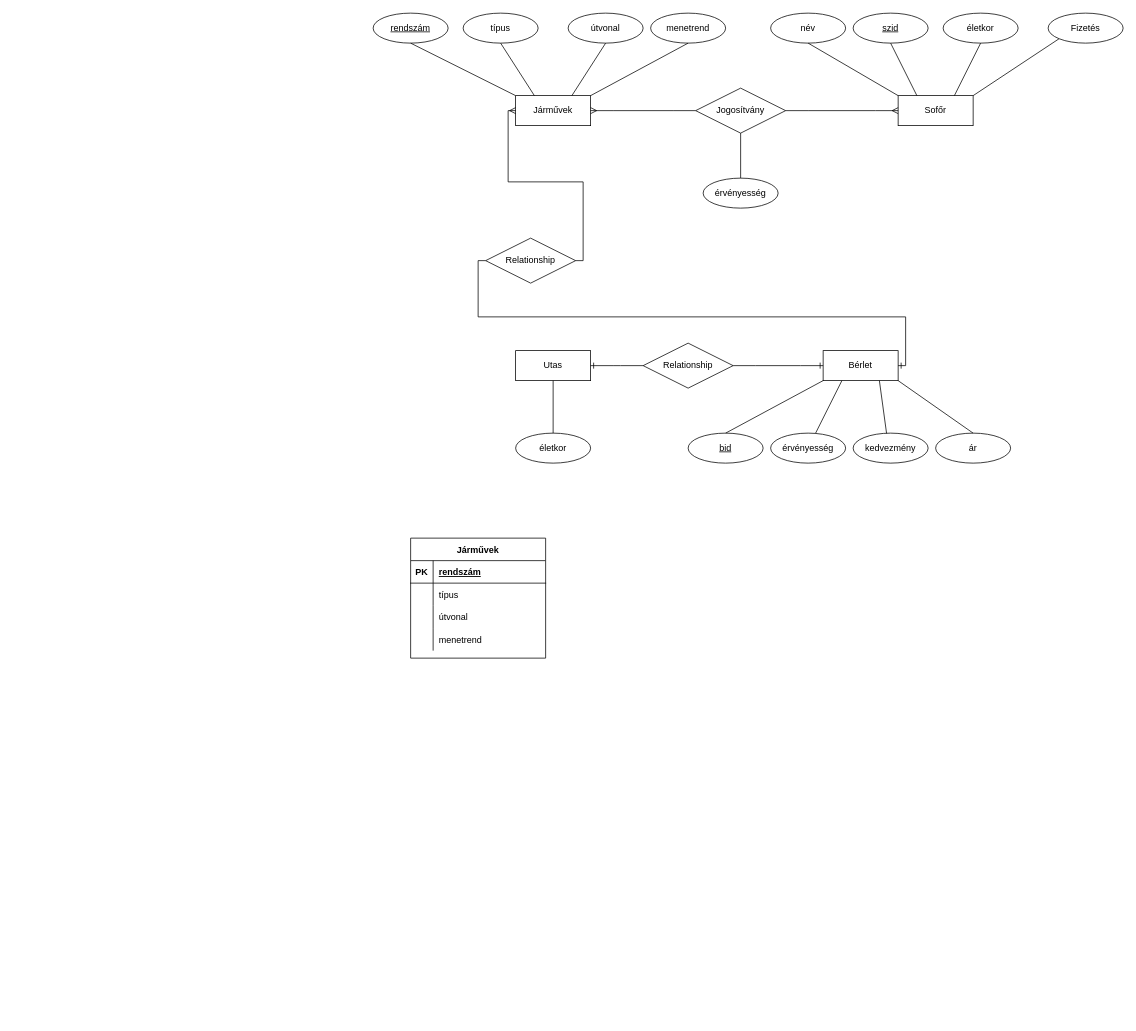
Before: HEPMIU_1011/hepmiu_5.2.drawio in urbanoliver/HEPMIU_DB1Gyak, a draw.io diagram. Source tidied: cells renumbered, new cells numbered last; positions are measured from the earlier drawing's top-left corner, leaving out a move shared by most shapes. Both pictures are drawn from the tidied source at 75%, with x=0, y=0 at pixel (373, 13).
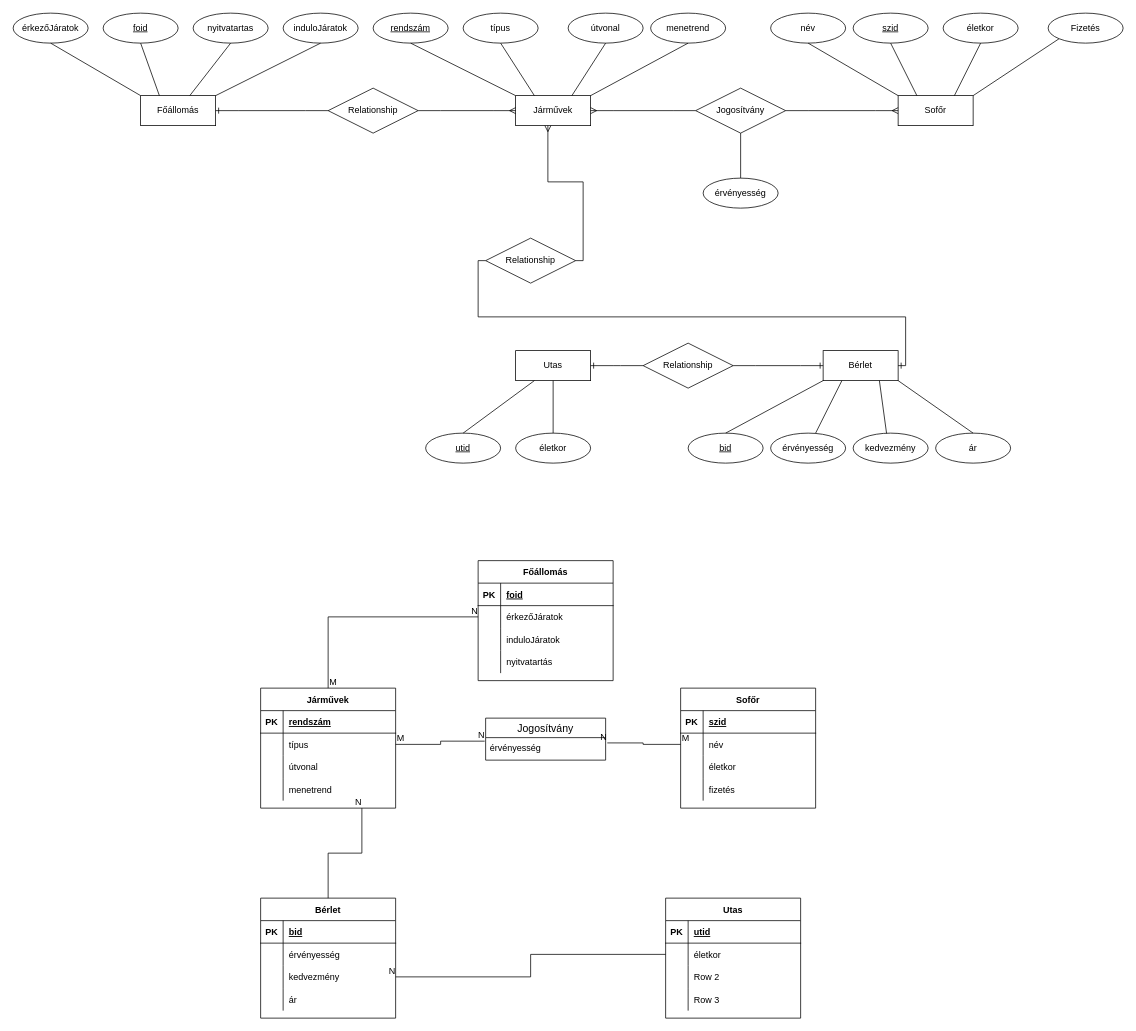
Above is the later version.

The change refers to these unchanged cells:
```xml
<mxCell id="2" value="Utas" style="whiteSpace=wrap;html=1;align=center;" parent="1" vertex="1">
  <mxGeometry x="190" y="450" width="100" height="40" as="geometry" />
</mxCell>
<mxCell id="4" value="Járművek" style="whiteSpace=wrap;html=1;align=center;" parent="1" vertex="1">
  <mxGeometry x="190" y="110" width="100" height="40" as="geometry" />
</mxCell>
<mxCell id="22" value="Relationship" style="shape=rhombus;perimeter=rhombusPerimeter;whiteSpace=wrap;html=1;align=center;" parent="1" vertex="1">
  <mxGeometry x="150" y="300" width="120" height="60" as="geometry" />
</mxCell>
<mxCell id="47" style="shape=tableRow;horizontal=0;startSize=0;swimlaneHead=0;swimlaneBody=0;fillColor=none;points=[[0,0.5],[1,0.5]];portConstraint=eastwest;top=0;left=0;right=0;bottom=0;" parent="43" vertex="1">
  <mxGeometry y="60" width="180" height="30" as="geometry" />
</mxCell>
```

The edit, as a diff of the source:
```diff
@@
-    <mxCell id="23" style="fontSize=12;html=1;endArrow=ERmany;rounded=0;exitX=1;exitY=0.5;exitDx=0;exitDy=0;entryX=0;entryY=0.5;entryDx=0;entryDy=0;edgeStyle=orthogonalEdgeStyle;" parent="1" edge="1" source="22" target="4">
+    <mxCell id="23" style="fontSize=12;html=1;endArrow=ERmany;rounded=0;exitX=1;exitY=0.5;exitDx=0;exitDy=0;entryX=0.43;entryY=1;entryDx=0;entryDy=0;edgeStyle=orthogonalEdgeStyle;entryPerimeter=0;" parent="1" edge="1" source="22" target="4">
       <mxGeometry relative="1" as="geometry" />
     </mxCell>
@@
     <mxCell id="43" value="Járművek" style="shape=table;startSize=30;childLayout=tableLayout;rowLines=0;fontStyle=1;align=center;" parent="1" vertex="1">
-      <mxGeometry x="50" y="700" width="180" height="160" as="geometry" />
+      <mxGeometry x="-150" y="900" width="180" height="160" as="geometry" />
     </mxCell>
@@
+    <mxCell id="56" value="Főállomás" style="whiteSpace=wrap;html=1;align=center;" parent="1" vertex="1">
+      <mxGeometry x="-310" y="110" width="100" height="40" as="geometry" />
+    </mxCell>
+    <mxCell id="57" value="Relationship" style="shape=rhombus;perimeter=rhombusPerimeter;whiteSpace=wrap;html=1;align=center;" parent="1" vertex="1">
+      <mxGeometry x="-60" y="100" width="120" height="60" as="geometry" />
+    </mxCell>
+    <mxCell id="58" style="edgeStyle=entityRelationEdgeStyle;fontSize=12;html=1;endArrow=ERone;endFill=1;rounded=0;exitX=0;exitY=0.5;exitDx=0;exitDy=0;entryX=1;entryY=0.5;entryDx=0;entryDy=0;" parent="1" edge="1" source="57" target="56">
+      <mxGeometry relative="1" as="geometry" />
+    </mxCell>
+    <mxCell id="59" style="edgeStyle=entityRelationEdgeStyle;fontSize=12;html=1;endArrow=ERmany;rounded=0;exitX=1;exitY=0.5;exitDx=0;exitDy=0;entryX=0;entryY=0.5;entryDx=0;entryDy=0;" parent="1" edge="1" source="57" target="4">
+      <mxGeometry relative="1" as="geometry" />
+    </mxCell>
+    <mxCell id="60" value="induloJáratok" style="ellipse;whiteSpace=wrap;html=1;align=center;" parent="1" vertex="1">
+      <mxGeometry x="-120" width="100" height="40" as="geometry" />
+    </mxCell>
+    <mxCell id="61" value="nyitvatartas" style="ellipse;whiteSpace=wrap;html=1;align=center;" parent="1" vertex="1">
+      <mxGeometry x="-240" width="100" height="40" as="geometry" />
+    </mxCell>
+    <mxCell id="62" value="foid" style="ellipse;whiteSpace=wrap;html=1;align=center;fontStyle=4;" parent="1" vertex="1">
+      <mxGeometry x="-360" width="100" height="40" as="geometry" />
+    </mxCell>
+    <mxCell id="63" value="érkezőJáratok" style="ellipse;whiteSpace=wrap;html=1;align=center;" parent="1" vertex="1">
+      <mxGeometry x="-480" width="100" height="40" as="geometry" />
+    </mxCell>
+    <mxCell id="64" style="endArrow=none;html=1;rounded=0;exitX=0.5;exitY=1;exitDx=0;exitDy=0;entryX=1;entryY=0;entryDx=0;entryDy=0;" parent="1" edge="1" source="60" target="56">
+      <mxGeometry relative="1" as="geometry" />
+    </mxCell>
+    <mxCell id="65" style="endArrow=none;html=1;rounded=0;exitX=0.5;exitY=1;exitDx=0;exitDy=0;" parent="1" edge="1" source="61" target="56">
+      <mxGeometry relative="1" as="geometry" />
+    </mxCell>
+    <mxCell id="66" style="endArrow=none;html=1;rounded=0;exitX=0.5;exitY=1;exitDx=0;exitDy=0;entryX=0.25;entryY=0;entryDx=0;entryDy=0;" parent="1" edge="1" source="62" target="56">
+      <mxGeometry relative="1" as="geometry" />
+    </mxCell>
+    <mxCell id="67" style="endArrow=none;html=1;rounded=0;exitX=0.5;exitY=1;exitDx=0;exitDy=0;entryX=0;entryY=0;entryDx=0;entryDy=0;" parent="1" edge="1" source="63" target="56">
+      <mxGeometry relative="1" as="geometry" />
+    </mxCell>
+    <mxCell id="68" value="utid" style="ellipse;whiteSpace=wrap;html=1;align=center;fontStyle=4;" parent="1" vertex="1">
+      <mxGeometry x="70" y="560" width="100" height="40" as="geometry" />
+    </mxCell>
+    <mxCell id="69" style="endArrow=none;html=1;rounded=0;exitX=0.5;exitY=0;exitDx=0;exitDy=0;entryX=0.25;entryY=1;entryDx=0;entryDy=0;" parent="1" edge="1" source="68" target="2">
+      <mxGeometry relative="1" as="geometry" />
+    </mxCell>
+    <mxCell id="70" value="Főállomás" style="shape=table;startSize=30;childLayout=tableLayout;rowLines=0;fontStyle=1;align=center;" parent="1" vertex="1">
+      <mxGeometry x="140" y="730" width="180" height="160" as="geometry" />
+    </mxCell>
+    <mxCell id="71" style="shape=tableRow;horizontal=0;startSize=0;swimlaneHead=0;swimlaneBody=0;fillColor=none;top=0;left=0;right=0;bottom=1;" parent="70" vertex="1">
+      <mxGeometry y="30" width="180" height="30" as="geometry" />
+    </mxCell>
+    <mxCell id="72" value="PK" style="shape=partialRectangle;fillColor=none;top=0;left=0;bottom=0;right=0;fontStyle=1;overflow=hidden;" parent="71" vertex="1">
+      <mxGeometry width="30" height="30" as="geometry" />
+    </mxCell>
+    <mxCell id="73" value="foid" style="shape=partialRectangle;fillColor=none;top=0;left=0;bottom=0;right=0;align=left;spacingLeft=6;fontStyle=5;overflow=hidden;" parent="71" vertex="1">
+      <mxGeometry x="30" width="150" height="30" as="geometry" />
+    </mxCell>
+    <mxCell id="74" style="shape=tableRow;horizontal=0;startSize=0;swimlaneHead=0;swimlaneBody=0;fillColor=none;points=[[0,0.5],[1,0.5]];portConstraint=eastwest;top=0;left=0;right=0;bottom=0;" parent="70" vertex="1">
+      <mxGeometry y="60" width="180" height="30" as="geometry" />
+    </mxCell>
+    <mxCell id="75" style="shape=partialRectangle;fillColor=none;top=0;left=0;bottom=0;right=0;overflow=hidden;" parent="74" vertex="1">
+      <mxGeometry width="30" height="30" as="geometry" />
+    </mxCell>
+    <mxCell id="76" value="érkezőJáratok" style="shape=partialRectangle;fillColor=none;top=0;left=0;bottom=0;right=0;align=left;spacingLeft=6;overflow=hidden;" parent="74" vertex="1">
+      <mxGeometry x="30" width="150" height="30" as="geometry" />
+    </mxCell>
+    <mxCell id="77" style="shape=tableRow;horizontal=0;startSize=0;swimlaneHead=0;swimlaneBody=0;fillColor=none;top=0;left=0;right=0;bottom=0;" parent="70" vertex="1">
+      <mxGeometry y="90" width="180" height="30" as="geometry" />
+    </mxCell>
+    <mxCell id="78" style="shape=partialRectangle;fillColor=none;top=0;left=0;bottom=0;right=0;overflow=hidden;" parent="77" vertex="1">
+      <mxGeometry width="30" height="30" as="geometry" />
+    </mxCell>
+    <mxCell id="79" value="induloJáratok" style="shape=partialRectangle;fillColor=none;top=0;left=0;bottom=0;right=0;align=left;spacingLeft=6;overflow=hidden;" parent="77" vertex="1">
+      <mxGeometry x="30" width="150" height="30" as="geometry" />
+    </mxCell>
+    <mxCell id="80" style="shape=tableRow;horizontal=0;startSize=0;swimlaneHead=0;swimlaneBody=0;fillColor=none;top=0;left=0;right=0;bottom=0;" parent="70" vertex="1">
+      <mxGeometry y="120" width="180" height="30" as="geometry" />
+    </mxCell>
+    <mxCell id="81" style="shape=partialRectangle;fillColor=none;top=0;left=0;bottom=0;right=0;overflow=hidden;" parent="80" vertex="1">
+      <mxGeometry width="30" height="30" as="geometry" />
+    </mxCell>
+    <mxCell id="82" value="nyitvatartás" style="shape=partialRectangle;fillColor=none;top=0;left=0;bottom=0;right=0;align=left;spacingLeft=6;overflow=hidden;" parent="80" vertex="1">
+      <mxGeometry x="30" width="150" height="30" as="geometry" />
+    </mxCell>
+    <mxCell id="83" value="Sofőr" style="shape=table;startSize=30;childLayout=tableLayout;rowLines=0;fontStyle=1;align=center;" parent="1" vertex="1">
+      <mxGeometry x="410" y="900" width="180" height="160" as="geometry" />
+    </mxCell>
+    <mxCell id="84" style="shape=tableRow;horizontal=0;startSize=0;swimlaneHead=0;swimlaneBody=0;fillColor=none;top=0;left=0;right=0;bottom=1;" parent="83" vertex="1">
+      <mxGeometry y="30" width="180" height="30" as="geometry" />
+    </mxCell>
+    <mxCell id="85" value="PK" style="shape=partialRectangle;fillColor=none;top=0;left=0;bottom=0;right=0;fontStyle=1;overflow=hidden;" parent="84" vertex="1">
+      <mxGeometry width="30" height="30" as="geometry" />
+    </mxCell>
+    <mxCell id="86" value="szid" style="shape=partialRectangle;fillColor=none;top=0;left=0;bottom=0;right=0;align=left;spacingLeft=6;fontStyle=5;overflow=hidden;" parent="84" vertex="1">
+      <mxGeometry x="30" width="150" height="30" as="geometry" />
+    </mxCell>
+    <mxCell id="87" style="shape=tableRow;horizontal=0;startSize=0;swimlaneHead=0;swimlaneBody=0;fillColor=none;points=[[0,0.5],[1,0.5]];portConstraint=eastwest;top=0;left=0;right=0;bottom=0;" parent="83" vertex="1">
+      <mxGeometry y="60" width="180" height="30" as="geometry" />
+    </mxCell>
+    <mxCell id="88" style="shape=partialRectangle;fillColor=none;top=0;left=0;bottom=0;right=0;overflow=hidden;" parent="87" vertex="1">
+      <mxGeometry width="30" height="30" as="geometry" />
+    </mxCell>
+    <mxCell id="89" value="név" style="shape=partialRectangle;fillColor=none;top=0;left=0;bottom=0;right=0;align=left;spacingLeft=6;overflow=hidden;" parent="87" vertex="1">
+      <mxGeometry x="30" width="150" height="30" as="geometry" />
+    </mxCell>
+    <mxCell id="90" style="shape=tableRow;horizontal=0;startSize=0;swimlaneHead=0;swimlaneBody=0;fillColor=none;top=0;left=0;right=0;bottom=0;" parent="83" vertex="1">
+      <mxGeometry y="90" width="180" height="30" as="geometry" />
+    </mxCell>
+    <mxCell id="91" style="shape=partialRectangle;fillColor=none;top=0;left=0;bottom=0;right=0;overflow=hidden;" parent="90" vertex="1">
+      <mxGeometry width="30" height="30" as="geometry" />
+    </mxCell>
+    <mxCell id="92" value="életkor" style="shape=partialRectangle;fillColor=none;top=0;left=0;bottom=0;right=0;align=left;spacingLeft=6;overflow=hidden;" parent="90" vertex="1">
+      <mxGeometry x="30" width="150" height="30" as="geometry" />
+    </mxCell>
+    <mxCell id="93" style="shape=tableRow;horizontal=0;startSize=0;swimlaneHead=0;swimlaneBody=0;fillColor=none;top=0;left=0;right=0;bottom=0;" parent="83" vertex="1">
+      <mxGeometry y="120" width="180" height="30" as="geometry" />
+    </mxCell>
+    <mxCell id="94" style="shape=partialRectangle;fillColor=none;top=0;left=0;bottom=0;right=0;overflow=hidden;" parent="93" vertex="1">
+      <mxGeometry width="30" height="30" as="geometry" />
+    </mxCell>
+    <mxCell id="95" value="fizetés" style="shape=partialRectangle;fillColor=none;top=0;left=0;bottom=0;right=0;align=left;spacingLeft=6;overflow=hidden;" parent="93" vertex="1">
+      <mxGeometry x="30" width="150" height="30" as="geometry" />
+    </mxCell>
+    <mxCell id="96" value="Utas" style="shape=table;startSize=30;childLayout=tableLayout;rowLines=0;fontStyle=1;align=center;" parent="1" vertex="1">
+      <mxGeometry x="390" y="1180" width="180" height="160" as="geometry" />
+    </mxCell>
+    <mxCell id="97" style="shape=tableRow;horizontal=0;startSize=0;swimlaneHead=0;swimlaneBody=0;fillColor=none;top=0;left=0;right=0;bottom=1;" parent="96" vertex="1">
+      <mxGeometry y="30" width="180" height="30" as="geometry" />
+    </mxCell>
+    <mxCell id="98" value="PK" style="shape=partialRectangle;fillColor=none;top=0;left=0;bottom=0;right=0;fontStyle=1;overflow=hidden;" parent="97" vertex="1">
+      <mxGeometry width="30" height="30" as="geometry" />
+    </mxCell>
+    <mxCell id="99" value="utid" style="shape=partialRectangle;fillColor=none;top=0;left=0;bottom=0;right=0;align=left;spacingLeft=6;fontStyle=5;overflow=hidden;" parent="97" vertex="1">
+      <mxGeometry x="30" width="150" height="30" as="geometry" />
+    </mxCell>
+    <mxCell id="100" style="shape=tableRow;horizontal=0;startSize=0;swimlaneHead=0;swimlaneBody=0;fillColor=none;points=[[0,0.5],[1,0.5]];portConstraint=eastwest;top=0;left=0;right=0;bottom=0;" parent="96" vertex="1">
+      <mxGeometry y="60" width="180" height="30" as="geometry" />
+    </mxCell>
+    <mxCell id="101" style="shape=partialRectangle;fillColor=none;top=0;left=0;bottom=0;right=0;overflow=hidden;" parent="100" vertex="1">
+      <mxGeometry width="30" height="30" as="geometry" />
+    </mxCell>
+    <mxCell id="102" value="életkor" style="shape=partialRectangle;fillColor=none;top=0;left=0;bottom=0;right=0;align=left;spacingLeft=6;overflow=hidden;" parent="100" vertex="1">
+      <mxGeometry x="30" width="150" height="30" as="geometry" />
+    </mxCell>
+    <mxCell id="103" style="shape=tableRow;horizontal=0;startSize=0;swimlaneHead=0;swimlaneBody=0;fillColor=none;top=0;left=0;right=0;bottom=0;" parent="96" vertex="1">
+      <mxGeometry y="90" width="180" height="30" as="geometry" />
+    </mxCell>
+    <mxCell id="104" style="shape=partialRectangle;fillColor=none;top=0;left=0;bottom=0;right=0;overflow=hidden;" parent="103" vertex="1">
+      <mxGeometry width="30" height="30" as="geometry" />
+    </mxCell>
+    <mxCell id="105" value="Row 2" style="shape=partialRectangle;fillColor=none;top=0;left=0;bottom=0;right=0;align=left;spacingLeft=6;overflow=hidden;" parent="103" vertex="1">
+      <mxGeometry x="30" width="150" height="30" as="geometry" />
+    </mxCell>
+    <mxCell id="106" style="shape=tableRow;horizontal=0;startSize=0;swimlaneHead=0;swimlaneBody=0;fillColor=none;top=0;left=0;right=0;bottom=0;" parent="96" vertex="1">
+      <mxGeometry y="120" width="180" height="30" as="geometry" />
+    </mxCell>
+    <mxCell id="107" style="shape=partialRectangle;fillColor=none;top=0;left=0;bottom=0;right=0;overflow=hidden;" parent="106" vertex="1">
+      <mxGeometry width="30" height="30" as="geometry" />
+    </mxCell>
+    <mxCell id="108" value="Row 3" style="shape=partialRectangle;fillColor=none;top=0;left=0;bottom=0;right=0;align=left;spacingLeft=6;overflow=hidden;" parent="106" vertex="1">
+      <mxGeometry x="30" width="150" height="30" as="geometry" />
+    </mxCell>
+    <mxCell id="109" value="Bérlet" style="shape=table;startSize=30;childLayout=tableLayout;rowLines=0;fontStyle=1;align=center;" parent="1" vertex="1">
+      <mxGeometry x="-150" y="1180" width="180" height="160" as="geometry" />
+    </mxCell>
+    <mxCell id="110" style="shape=tableRow;horizontal=0;startSize=0;swimlaneHead=0;swimlaneBody=0;fillColor=none;top=0;left=0;right=0;bottom=1;" parent="109" vertex="1">
+      <mxGeometry y="30" width="180" height="30" as="geometry" />
+    </mxCell>
+    <mxCell id="111" value="PK" style="shape=partialRectangle;fillColor=none;top=0;left=0;bottom=0;right=0;fontStyle=1;overflow=hidden;" parent="110" vertex="1">
+      <mxGeometry width="30" height="30" as="geometry" />
+    </mxCell>
+    <mxCell id="112" value="bid" style="shape=partialRectangle;fillColor=none;top=0;left=0;bottom=0;right=0;align=left;spacingLeft=6;fontStyle=5;overflow=hidden;" parent="110" vertex="1">
+      <mxGeometry x="30" width="150" height="30" as="geometry" />
+    </mxCell>
+    <mxCell id="113" style="shape=tableRow;horizontal=0;startSize=0;swimlaneHead=0;swimlaneBody=0;fillColor=none;top=0;left=0;right=0;bottom=0;" parent="109" vertex="1">
+      <mxGeometry y="60" width="180" height="30" as="geometry" />
+    </mxCell>
+    <mxCell id="114" style="shape=partialRectangle;fillColor=none;top=0;left=0;bottom=0;right=0;overflow=hidden;" parent="113" vertex="1">
+      <mxGeometry width="30" height="30" as="geometry" />
+    </mxCell>
+    <mxCell id="115" value="érvényesség" style="shape=partialRectangle;fillColor=none;top=0;left=0;bottom=0;right=0;align=left;spacingLeft=6;overflow=hidden;" parent="113" vertex="1">
+      <mxGeometry x="30" width="150" height="30" as="geometry" />
+    </mxCell>
+    <mxCell id="116" style="shape=tableRow;horizontal=0;startSize=0;swimlaneHead=0;swimlaneBody=0;fillColor=none;points=[[0,0.5],[1,0.5]];portConstraint=eastwest;top=0;left=0;right=0;bottom=0;" parent="109" vertex="1">
+      <mxGeometry y="90" width="180" height="30" as="geometry" />
+    </mxCell>
+    <mxCell id="117" style="shape=partialRectangle;fillColor=none;top=0;left=0;bottom=0;right=0;overflow=hidden;" parent="116" vertex="1">
+      <mxGeometry width="30" height="30" as="geometry" />
+    </mxCell>
+    <mxCell id="118" value="kedvezmény" style="shape=partialRectangle;fillColor=none;top=0;left=0;bottom=0;right=0;align=left;spacingLeft=6;overflow=hidden;" parent="116" vertex="1">
+      <mxGeometry x="30" width="150" height="30" as="geometry" />
+    </mxCell>
+    <mxCell id="119" style="shape=tableRow;horizontal=0;startSize=0;swimlaneHead=0;swimlaneBody=0;fillColor=none;top=0;left=0;right=0;bottom=0;" parent="109" vertex="1">
+      <mxGeometry y="120" width="180" height="30" as="geometry" />
+    </mxCell>
+    <mxCell id="120" style="shape=partialRectangle;fillColor=none;top=0;left=0;bottom=0;right=0;overflow=hidden;" parent="119" vertex="1">
+      <mxGeometry width="30" height="30" as="geometry" />
+    </mxCell>
+    <mxCell id="121" value="ár" style="shape=partialRectangle;fillColor=none;top=0;left=0;bottom=0;right=0;align=left;spacingLeft=6;overflow=hidden;" parent="119" vertex="1">
+      <mxGeometry x="30" width="150" height="30" as="geometry" />
+    </mxCell>
+    <mxCell id="122" value="Jogosítvány" style="swimlane;fontStyle=0;horizontal=1;startSize=26;align=center;fontSize=14;" parent="1" vertex="1">
+      <mxGeometry x="150" y="940" width="160" height="56" as="geometry" />
+    </mxCell>
+    <mxCell id="123" value="érvényesség" style="text;strokeColor=none;fillColor=none;spacingLeft=4;spacingRight=4;overflow=hidden;points=[[0,0.5],[1,0.5]];portConstraint=eastwest;fontSize=12;" parent="122" vertex="1">
+      <mxGeometry y="26" width="160" height="30" as="geometry" />
+    </mxCell>
+    <mxCell id="124" style="endArrow=none;html=1;rounded=0;entryX=0;entryY=0.5;entryDx=0;entryDy=0;exitX=0.5;exitY=0;exitDx=0;exitDy=0;edgeStyle=orthogonalEdgeStyle;" parent="1" edge="1" source="43" target="74">
+      <mxGeometry relative="1" as="geometry" />
+    </mxCell>
+    <mxCell id="125" value="M" style="html=1;align=left;verticalAlign=bottom;" parent="124" vertex="1">
+      <mxGeometry x="-1" relative="1" as="geometry" />
+    </mxCell>
+    <mxCell id="126" value="N" style="html=1;align=right;verticalAlign=bottom;" parent="124" vertex="1">
+      <mxGeometry x="1" relative="1" as="geometry" />
+    </mxCell>
+    <mxCell id="127" style="endArrow=none;html=1;rounded=0;entryX=1.014;entryY=0.235;entryDx=0;entryDy=0;entryPerimeter=0;exitX=0;exitY=0.5;exitDx=0;exitDy=0;edgeStyle=orthogonalEdgeStyle;" parent="1" edge="1" source="87" target="123">
+      <mxGeometry relative="1" as="geometry" />
+    </mxCell>
+    <mxCell id="128" value="M" style="html=1;align=left;verticalAlign=bottom;" parent="127" vertex="1">
+      <mxGeometry x="-1" relative="1" as="geometry" />
+    </mxCell>
+    <mxCell id="129" value="N" style="html=1;align=right;verticalAlign=bottom;" parent="127" vertex="1">
+      <mxGeometry x="1" relative="1" as="geometry" />
+    </mxCell>
+    <mxCell id="130" style="endArrow=none;html=1;rounded=0;entryX=-0.008;entryY=0.157;entryDx=0;entryDy=0;entryPerimeter=0;exitX=1;exitY=0.5;exitDx=0;exitDy=0;edgeStyle=orthogonalEdgeStyle;" parent="1" edge="1" source="47" target="123">
+      <mxGeometry relative="1" as="geometry" />
+    </mxCell>
+    <mxCell id="131" value="M" style="html=1;align=left;verticalAlign=bottom;" parent="130" vertex="1">
+      <mxGeometry x="-1" relative="1" as="geometry" />
+    </mxCell>
+    <mxCell id="132" value="N" style="html=1;align=right;verticalAlign=bottom;" parent="130" vertex="1">
+      <mxGeometry x="1" relative="1" as="geometry" />
+    </mxCell>
+    <mxCell id="133" style="endArrow=none;html=1;rounded=0;exitX=0.5;exitY=0;exitDx=0;exitDy=0;entryX=0.75;entryY=1;entryDx=0;entryDy=0;edgeStyle=orthogonalEdgeStyle;" parent="1" edge="1" source="109" target="43">
+      <mxGeometry relative="1" as="geometry" />
+    </mxCell>
+    <mxCell id="134" value="N" style="html=1;align=right;verticalAlign=bottom;" parent="133" vertex="1">
+      <mxGeometry x="1" relative="1" as="geometry" />
+    </mxCell>
+    <mxCell id="135" style="endArrow=none;html=1;rounded=0;exitX=0;exitY=0.5;exitDx=0;exitDy=0;entryX=1;entryY=0.5;entryDx=0;entryDy=0;edgeStyle=orthogonalEdgeStyle;" parent="1" edge="1" source="100" target="116">
+      <mxGeometry relative="1" as="geometry" />
+    </mxCell>
+    <mxCell id="136" value="N" style="html=1;align=right;verticalAlign=bottom;" parent="135" vertex="1">
+      <mxGeometry x="1" relative="1" as="geometry" />
+    </mxCell>
```
